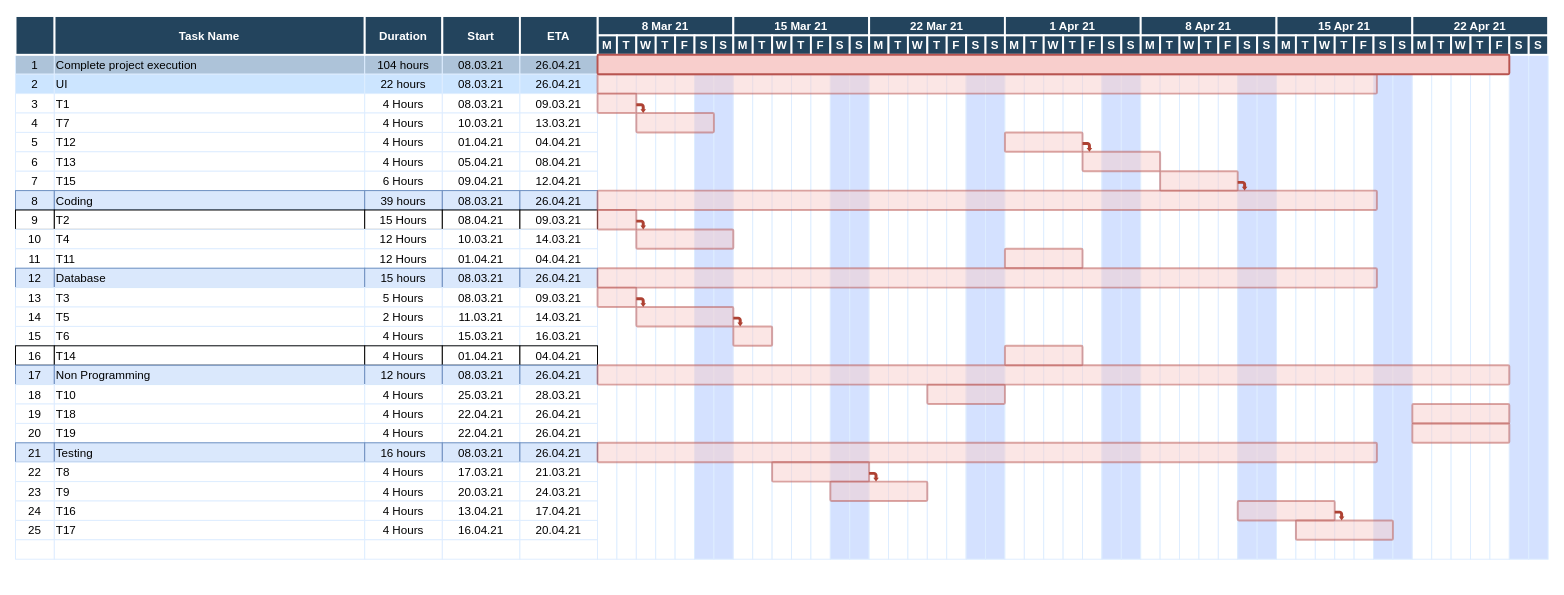
The draw.io diagram GanttChart.drawio in UEAHealthTracker/HealthTracker, before the edit. Source tidied: cells renumbered, new cells numbered last; positions are measured from the earlier drawing's top-left corner, leaving out a move shared by most shapes. Both pictures are drawn from the tidied source at 97%, with x=0, y=0 at pixel (15, 16).
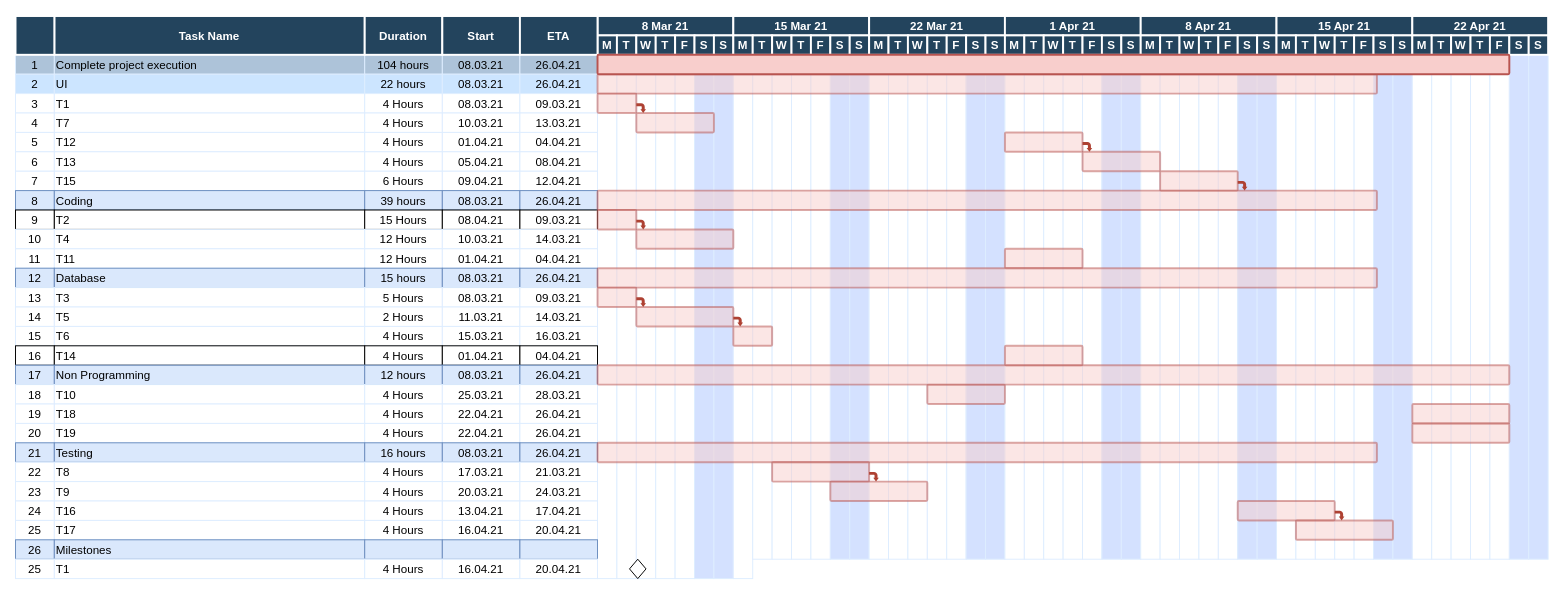
The same diagram, later.

The edit, as a diff of the source:
```diff
@@
     <mxCell id="7" style="strokeColor=#DEEDFF;" parent="1" vertex="1">
-      <mxGeometry x="600.5" y="40" width="20" height="520" as="geometry" />
+      <mxGeometry x="600.5" y="40" width="20" height="540" as="geometry" />
     </mxCell>
@@
-    <mxCell id="128" style="strokeColor=#DEEDFF;" parent="1" vertex="1">
+    <mxCell id="128" value="26" style="strokeColor=#6c8ebf;fillColor=#dae8fc;" parent="1" vertex="1">
       <mxGeometry x="0.5" y="540" width="40" height="20" as="geometry" />
     </mxCell>
-    <mxCell id="129" style="align=left;strokeColor=#DEEDFF;" parent="1" vertex="1">
+    <mxCell id="129" value="Milestones" style="align=left;strokeColor=#6c8ebf;fillColor=#dae8fc;" parent="1" vertex="1">
       <mxGeometry x="40.5" y="540" width="320" height="20" as="geometry" />
     </mxCell>
-    <mxCell id="130" style="strokeColor=#DEEDFF;" parent="1" vertex="1">
+    <mxCell id="130" style="strokeColor=#6c8ebf;fillColor=#dae8fc;" parent="1" vertex="1">
       <mxGeometry x="360.5" y="540" width="80" height="20" as="geometry" />
     </mxCell>
-    <mxCell id="131" style="strokeColor=#DEEDFF;" parent="1" vertex="1">
+    <mxCell id="131" style="strokeColor=#6c8ebf;fillColor=#dae8fc;" parent="1" vertex="1">
       <mxGeometry x="440.5" y="540" width="80" height="20" as="geometry" />
     </mxCell>
-    <mxCell id="132" style="strokeColor=#DEEDFF;" parent="1" vertex="1">
+    <mxCell id="132" style="strokeColor=#6c8ebf;fillColor=#dae8fc;" parent="1" vertex="1">
       <mxGeometry x="520.5" y="540" width="80" height="20" as="geometry" />
     </mxCell>
     <mxCell id="133" style="strokeColor=#DEEDFF;" parent="1" vertex="1">
-      <mxGeometry x="620.5" y="40" width="20" height="520" as="geometry" />
+      <mxGeometry x="620.5" y="40" width="20" height="540" as="geometry" />
     </mxCell>
     <mxCell id="134" style="strokeColor=#DEEDFF;" parent="1" vertex="1">
-      <mxGeometry x="640.5" y="40" width="20" height="520" as="geometry" />
+      <mxGeometry x="640.5" y="40" width="20" height="540" as="geometry" />
     </mxCell>
     <mxCell id="135" style="strokeColor=#DEEDFF;" parent="1" vertex="1">
-      <mxGeometry x="660.5" y="40" width="20" height="520" as="geometry" />
+      <mxGeometry x="660.5" y="40" width="20" height="540" as="geometry" />
     </mxCell>
     <mxCell id="136" style="strokeColor=#DEEDFF;" parent="1" vertex="1">
-      <mxGeometry x="680.5" y="40" width="20" height="520" as="geometry" />
+      <mxGeometry x="680.5" y="40" width="20" height="540" as="geometry" />
     </mxCell>
     <mxCell id="137" style="strokeColor=#DEEDFF;fillColor=#D4E1FF;" parent="1" vertex="1">
-      <mxGeometry x="700.5" y="40" width="20" height="520" as="geometry" />
+      <mxGeometry x="700.5" y="40" width="20" height="540" as="geometry" />
     </mxCell>
     <mxCell id="138" style="strokeColor=#DEEDFF;fillColor=#D4E1FF;" parent="1" vertex="1">
-      <mxGeometry x="720.5" y="40" width="20" height="520" as="geometry" />
+      <mxGeometry x="720.5" y="40" width="20" height="540" as="geometry" />
     </mxCell>
     <mxCell id="139" style="strokeColor=#DEEDFF;" parent="1" vertex="1">
-      <mxGeometry x="740.5" y="40" width="20" height="520" as="geometry" />
+      <mxGeometry x="740.5" y="40" width="20" height="540" as="geometry" />
     </mxCell>
@@
+    <mxCell id="275" value="25" style="strokeColor=#DEEDFF;" parent="1" vertex="1">
+      <mxGeometry x="0.5" y="560" width="40" height="20" as="geometry" />
+    </mxCell>
+    <mxCell id="276" value="T1" style="align=left;strokeColor=#DEEDFF;" parent="1" vertex="1">
+      <mxGeometry x="40.5" y="560" width="320" height="20" as="geometry" />
+    </mxCell>
+    <mxCell id="277" value="4 Hours" style="strokeColor=#DEEDFF;" parent="1" vertex="1">
+      <mxGeometry x="360.5" y="560" width="80" height="20" as="geometry" />
+    </mxCell>
+    <mxCell id="278" value="16.04.21" style="strokeColor=#DEEDFF;" parent="1" vertex="1">
+      <mxGeometry x="440.5" y="560" width="80" height="20" as="geometry" />
+    </mxCell>
+    <mxCell id="279" value="20.04.21" style="strokeColor=#DEEDFF;" parent="1" vertex="1">
+      <mxGeometry x="520.5" y="560" width="80" height="20" as="geometry" />
+    </mxCell>
+    <mxCell id="280" style="rhombus;whiteSpace=wrap;html=1;" parent="1" vertex="1">
+      <mxGeometry x="633.5" y="560" width="17" height="20" as="geometry" />
+    </mxCell>
```
